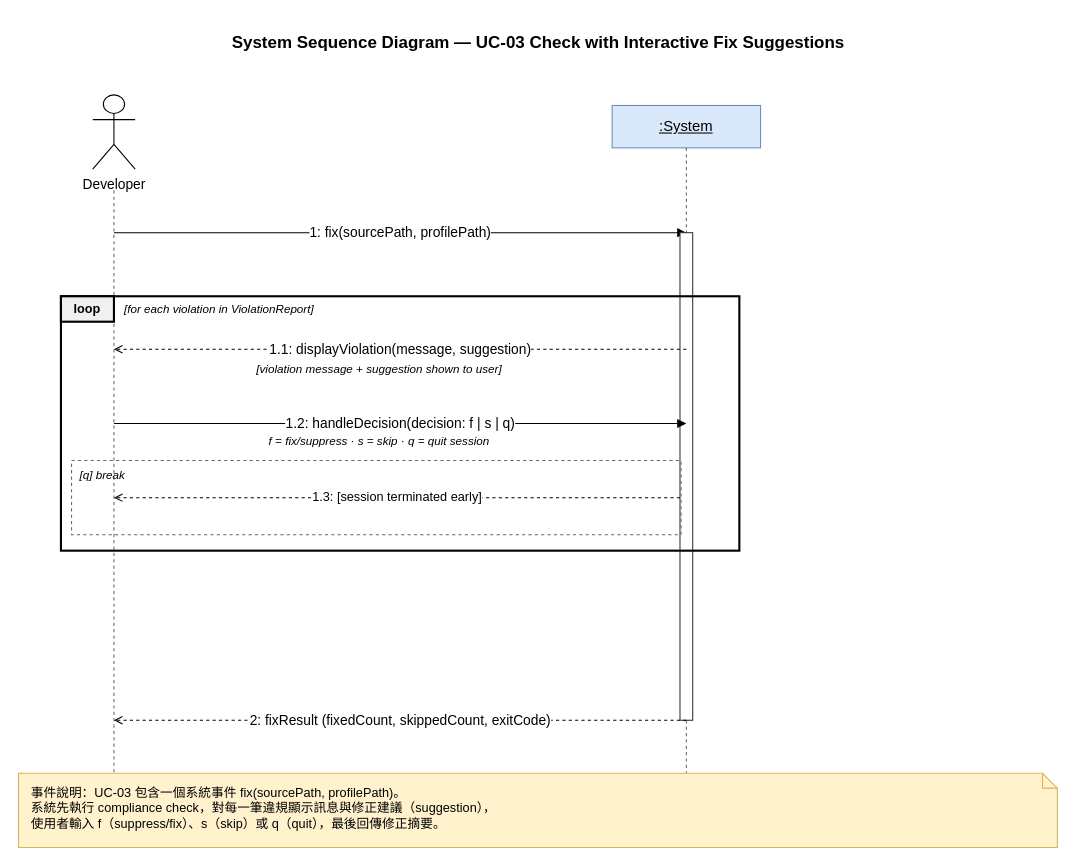
The draw.io diagram hw/hw7/diagrams/uc03_ssd.drawio in chun-wei0413/arch-checker, before the edit. Source tidied: cells renumbered, new cells numbered last; positions are measured from the earlier drawing's top-left corner, leaving out a move shared by most shapes. Both pictures are drawn from the tidied source at 106%, with x=0, y=0 at pixel (18, 20).
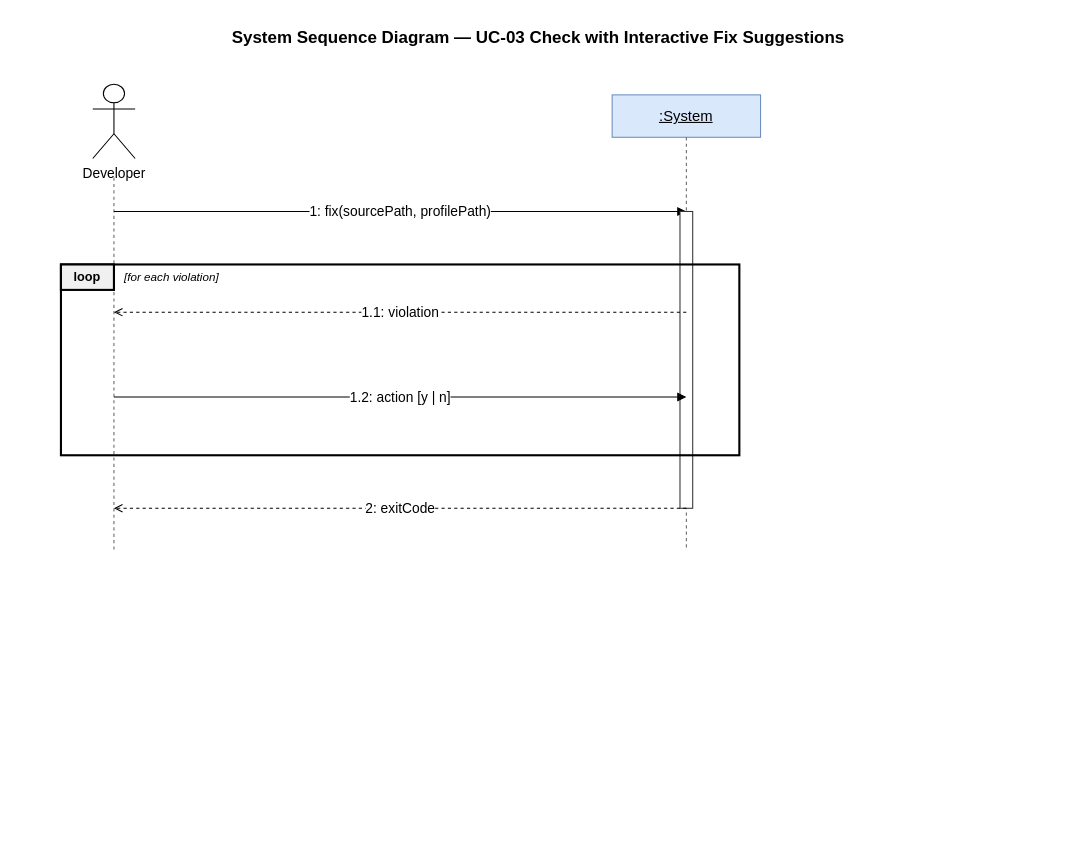
Above is the later version.

Change to the diagram source:
```diff
@@
     <mxCell id="2" value="System Sequence Diagram — UC-03 Check with Interactive Fix Suggestions" style="text;html=1;strokeColor=none;fillColor=none;align=center;verticalAlign=middle;fontSize=16;fontStyle=1;" parent="1" vertex="1">
-      <mxGeometry width="980" height="40" as="geometry" />
+      <mxGeometry y="-2" width="980" height="36" as="geometry" />
     </mxCell>
     <mxCell id="3" value="Developer" style="shape=umlActor;verticalLabelPosition=bottom;labelBackgroundColor=#ffffff;verticalAlign=top;html=1;fontSize=13;" parent="1" vertex="1">
-      <mxGeometry x="70" y="70" width="40" height="70" as="geometry" />
+      <mxGeometry x="70" y="60" width="40" height="70" as="geometry" />
     </mxCell>
     <mxCell id="4" value=":System" style="rounded=0;whiteSpace=wrap;html=1;fillColor=#dae8fc;strokeColor=#6c8ebf;fontSize=14;fontStyle=4;" parent="1" vertex="1">
-      <mxGeometry x="560" y="80" width="140" height="40" as="geometry" />
+      <mxGeometry x="560" y="70" width="140" height="40" as="geometry" />
     </mxCell>
     <mxCell id="5" style="endArrow=none;html=1;rounded=0;dashed=1;strokeColor=#666666;" parent="1" edge="1">
       <mxGeometry relative="1" as="geometry">
-        <mxPoint x="90" y="160" as="sourcePoint" />
-        <mxPoint x="90" y="710" as="targetPoint" />
+        <mxPoint x="90" y="148" as="sourcePoint" />
+        <mxPoint x="90" y="500" as="targetPoint" />
       </mxGeometry>
     </mxCell>
     <mxCell id="6" style="endArrow=none;html=1;rounded=0;dashed=1;strokeColor=#666666;" parent="1" edge="1">
       <mxGeometry relative="1" as="geometry">
-        <mxPoint x="630" y="120" as="sourcePoint" />
-        <mxPoint x="630" y="710" as="targetPoint" />
+        <mxPoint x="630" y="110" as="sourcePoint" />
+        <mxPoint x="630" y="500" as="targetPoint" />
       </mxGeometry>
     </mxCell>
     <mxCell id="7" value="1: fix(sourcePath, profilePath)" style="endArrow=block;html=1;rounded=0;fontSize=13;endFill=1;labelBackgroundColor=#ffffff;" parent="1" edge="1">
       <mxGeometry relative="1" as="geometry">
-        <mxPoint x="90" y="200" as="sourcePoint" />
-        <mxPoint x="630" y="200" as="targetPoint" />
+        <mxPoint x="90" y="180" as="sourcePoint" />
+        <mxPoint x="630" y="180" as="targetPoint" />
       </mxGeometry>
     </mxCell>
     <mxCell id="8" style="rounded=0;whiteSpace=wrap;html=1;fillColor=#ffffff;strokeColor=#333333;" parent="1" vertex="1">
-      <mxGeometry x="624" y="200" width="12" height="460" as="geometry" />
+      <mxGeometry x="624" y="180" width="12" height="280" as="geometry" />
     </mxCell>
     <mxCell id="9" style="rounded=0;whiteSpace=wrap;html=1;fillColor=none;strokeColor=#000000;strokeWidth=2;" parent="1" vertex="1">
-      <mxGeometry x="40" y="260" width="640" height="240" as="geometry" />
+      <mxGeometry x="40" y="230" width="640" height="180" as="geometry" />
     </mxCell>
     <mxCell id="10" value="loop" style="rounded=0;whiteSpace=wrap;html=1;fillColor=#f0f0f0;strokeColor=#000000;strokeWidth=2;align=center;verticalAlign=middle;fontSize=12;fontStyle=1;" parent="1" vertex="1">
-      <mxGeometry x="40" y="260" width="50" height="24" as="geometry" />
+      <mxGeometry x="40" y="230" width="50" height="24" as="geometry" />
     </mxCell>
-    <mxCell id="11" value="[for each violation in ViolationReport]" style="text;html=1;strokeColor=none;fillColor=none;align=left;verticalAlign=middle;fontSize=11;fontStyle=2;" parent="1" vertex="1">
-      <mxGeometry x="98" y="262" width="380" height="20" as="geometry" />
+    <mxCell id="11" value="[for each violation]" style="text;html=1;strokeColor=none;fillColor=none;align=left;verticalAlign=middle;fontSize=11;fontStyle=2;" parent="1" vertex="1">
+      <mxGeometry x="98" y="232" width="280" height="20" as="geometry" />
     </mxCell>
-    <mxCell id="12" value="1.1: displayViolation(message, suggestion)" style="endArrow=open;html=1;rounded=0;dashed=1;fontSize=13;endFill=0;labelBackgroundColor=#ffffff;" parent="1" edge="1">
+    <mxCell id="12" value="1.1: violation" style="endArrow=open;html=1;rounded=0;dashed=1;fontSize=13;endFill=0;labelBackgroundColor=#ffffff;" parent="1" edge="1">
       <mxGeometry relative="1" as="geometry">
-        <mxPoint x="630" y="310" as="sourcePoint" />
-        <mxPoint x="90" y="310" as="targetPoint" />
+        <mxPoint x="630" y="275" as="sourcePoint" />
+        <mxPoint x="90" y="275" as="targetPoint" />
       </mxGeometry>
     </mxCell>
-    <mxCell id="13" value="[violation message + suggestion shown to user]" style="text;html=1;strokeColor=none;fillColor=none;align=center;verticalAlign=middle;fontSize=11;fontStyle=2;" parent="1" vertex="1">
-      <mxGeometry x="90" y="320" width="500" height="18" as="geometry" />
-    </mxCell>
-    <mxCell id="14" value="1.2: handleDecision(decision: f | s | q)" style="endArrow=block;html=1;rounded=0;fontSize=13;endFill=1;labelBackgroundColor=#ffffff;" parent="1" edge="1">
+    <mxCell id="14" value="1.2: action [y | n]" style="endArrow=block;html=1;rounded=0;fontSize=13;endFill=1;labelBackgroundColor=#ffffff;" parent="1" edge="1">
       <mxGeometry relative="1" as="geometry">
-        <mxPoint x="90" y="380" as="sourcePoint" />
-        <mxPoint x="630" y="380" as="targetPoint" />
+        <mxPoint x="90" y="355" as="sourcePoint" />
+        <mxPoint x="630" y="355" as="targetPoint" />
       </mxGeometry>
     </mxCell>
-    <mxCell id="15" value="f = fix/suppress  ·  s = skip  ·  q = quit session" style="text;html=1;strokeColor=none;fillColor=none;align=center;verticalAlign=middle;fontSize=11;fontStyle=2;" parent="1" vertex="1">
-      <mxGeometry x="90" y="388" width="500" height="18" as="geometry" />
-    </mxCell>
-    <mxCell id="16" style="rounded=0;whiteSpace=wrap;html=1;fillColor=none;strokeColor=#666666;dashed=1;" parent="1" vertex="1">
-      <mxGeometry x="50" y="415" width="575" height="70" as="geometry" />
-    </mxCell>
-    <mxCell id="17" value="[q] break" style="text;html=1;strokeColor=none;fillColor=none;align=left;verticalAlign=middle;fontSize=11;fontStyle=2;" parent="1" vertex="1">
-      <mxGeometry x="56" y="420" width="120" height="18" as="geometry" />
-    </mxCell>
-    <mxCell id="18" value="1.3: [session terminated early]" style="endArrow=open;html=1;rounded=0;dashed=1;fontSize=12;endFill=0;labelBackgroundColor=#ffffff;" parent="1" edge="1">
-      <mxGeometry relative="1" as="geometry">
-        <mxPoint x="624" y="450" as="sourcePoint" />
-        <mxPoint x="90" y="450" as="targetPoint" />
-      </mxGeometry>
-    </mxCell>
-    <mxCell id="19" value="2: fixResult (fixedCount, skippedCount, exitCode)" style="endArrow=open;html=1;rounded=0;dashed=1;fontSize=13;endFill=0;labelBackgroundColor=#ffffff;" parent="1" edge="1">
+    <mxCell id="19" value="2: exitCode" style="endArrow=open;html=1;rounded=0;dashed=1;fontSize=13;endFill=0;labelBackgroundColor=#ffffff;" parent="1" edge="1">
       <mxGeometry relative="1" as="geometry">
-        <mxPoint x="630" y="660" as="sourcePoint" />
-        <mxPoint x="90" y="660" as="targetPoint" />
+        <mxPoint x="630" y="460" as="sourcePoint" />
+        <mxPoint x="90" y="460" as="targetPoint" />
       </mxGeometry>
     </mxCell>
-    <mxCell id="20" value="事件說明：UC-03 包含一個系統事件 fix(sourcePath, profilePath)。&#10;系統先執行 compliance check，對每一筆違規顯示訊息與修正建議（suggestion），&#10;使用者輸入 f（suppress/fix）、s（skip）或 q（quit），最後回傳修正摘要。" style="shape=note;whiteSpace=wrap;html=1;fillColor=#fff2cc;strokeColor=#d6b656;fontSize=12;align=left;verticalAlign=top;size=14;spacingLeft=10;spacingTop=5;" parent="1" vertex="1">
-      <mxGeometry y="710" width="980" height="70" as="geometry" />
-    </mxCell>
```
